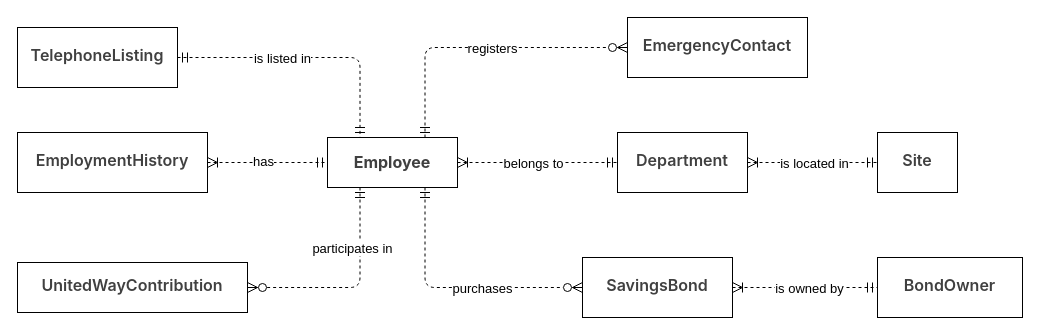
Before: drawio/Context Data Model.drawio in siljing/SAD-Data_Modeling, a draw.io diagram. Source tidied: cells renumbered, new cells numbered last; positions are measured from the earlier drawing's top-left corner, leaving out a move shared by most shapes. Both pictures are drawn from the tidied source at 100%, with x=0, y=0 at pixel (17, 17).
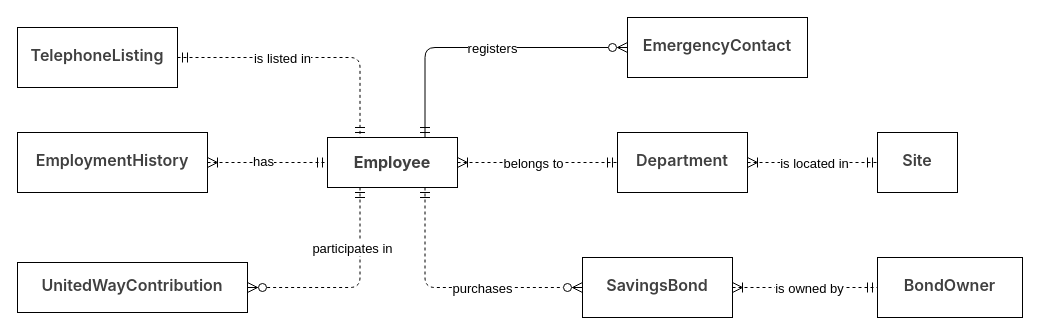
Above is the later version.

The change refers to these unchanged cells:
```xml
<mxCell id="9" value="&lt;h4&gt;&lt;span style=&quot;color: rgb(64, 64, 64); font-family: quote-cjk-patch, Inter, system-ui, -apple-system, BlinkMacSystemFont, &amp;quot;Segoe UI&amp;quot;, Roboto, &amp;quot;Noto Sans&amp;quot;, Ubuntu, Cantarell, &amp;quot;Helvetica Neue&amp;quot;, Oxygen, &amp;quot;Open Sans&amp;quot;, sans-serif; font-size: 16.002px; text-align: left; text-wrap-mode: wrap; background-color: rgb(255, 255, 255);&quot;&gt;Employee&lt;/span&gt;&lt;/h4&gt;" style="verticalAlign=top;align=center;overflow=fill;html=1;rounded=0;shadow=0;comic=0;labelBackgroundColor=none;strokeWidth=1;fontFamily=Verdana;fontSize=12;imageAspect=1;fillOpacity=100;" parent="1" vertex="1">
  <mxGeometry x="310" y="120" width="130" height="50" as="geometry" />
</mxCell>
<mxCell id="20" value="&lt;div&gt;&lt;span style=&quot;font-weight: 600; color: rgb(64, 64, 64); font-family: quote-cjk-patch, Inter, system-ui, -apple-system, BlinkMacSystemFont, &amp;quot;Segoe UI&amp;quot;, Roboto, &amp;quot;Noto Sans&amp;quot;, Ubuntu, Cantarell, &amp;quot;Helvetica Neue&amp;quot;, Oxygen, &amp;quot;Open Sans&amp;quot;, sans-serif; font-size: 16.002px; text-wrap-mode: wrap; background-color: rgb(255, 255, 255);&quot;&gt;&lt;br&gt;&lt;/span&gt;&lt;/div&gt;&lt;span style=&quot;font-weight: 600; color: rgb(64, 64, 64); font-family: quote-cjk-patch, Inter, system-ui, -apple-system, BlinkMacSystemFont, &amp;quot;Segoe UI&amp;quot;, Roboto, &amp;quot;Noto Sans&amp;quot;, Ubuntu, Cantarell, &amp;quot;Helvetica Neue&amp;quot;, Oxygen, &amp;quot;Open Sans&amp;quot;, sans-serif; font-size: 16.002px; text-wrap-mode: wrap; background-color: rgb(255, 255, 255);&quot;&gt;&lt;div style=&quot;text-align: center;&quot;&gt;EmergencyContact&lt;/div&gt;&lt;/span&gt;" style="verticalAlign=top;align=left;overflow=fill;html=1;rounded=0;shadow=0;comic=0;labelBackgroundColor=none;strokeWidth=1;fontFamily=Verdana;fontSize=12;" parent="1" vertex="1">
  <mxGeometry x="610" width="180" height="60" as="geometry" />
</mxCell>
```

Change to the diagram source:
```diff
@@
-    <mxCell id="5" style="edgeStyle=orthogonalEdgeStyle;html=1;dashed=1;labelBackgroundColor=none;startArrow=ERmandOne;endArrow=ERzeroToMany;fontFamily=Verdana;fontSize=12;align=left;exitX=0.75;exitY=0;exitDx=0;exitDy=0;endSize=8;startSize=8;endFill=0;entryX=0;entryY=0.5;entryDx=0;entryDy=0;" parent="1" edge="1" source="9" target="20">
+    <mxCell id="5" style="edgeStyle=orthogonalEdgeStyle;html=1;labelBackgroundColor=none;startArrow=ERmandOne;endArrow=ERzeroToMany;fontFamily=Verdana;fontSize=12;align=left;exitX=0.75;exitY=0;exitDx=0;exitDy=0;endSize=8;startSize=8;endFill=0;entryX=0;entryY=0.5;entryDx=0;entryDy=0;" parent="1" edge="1" source="9" target="20">
       <mxGeometry relative="1" as="geometry" />
     </mxCell>
```
